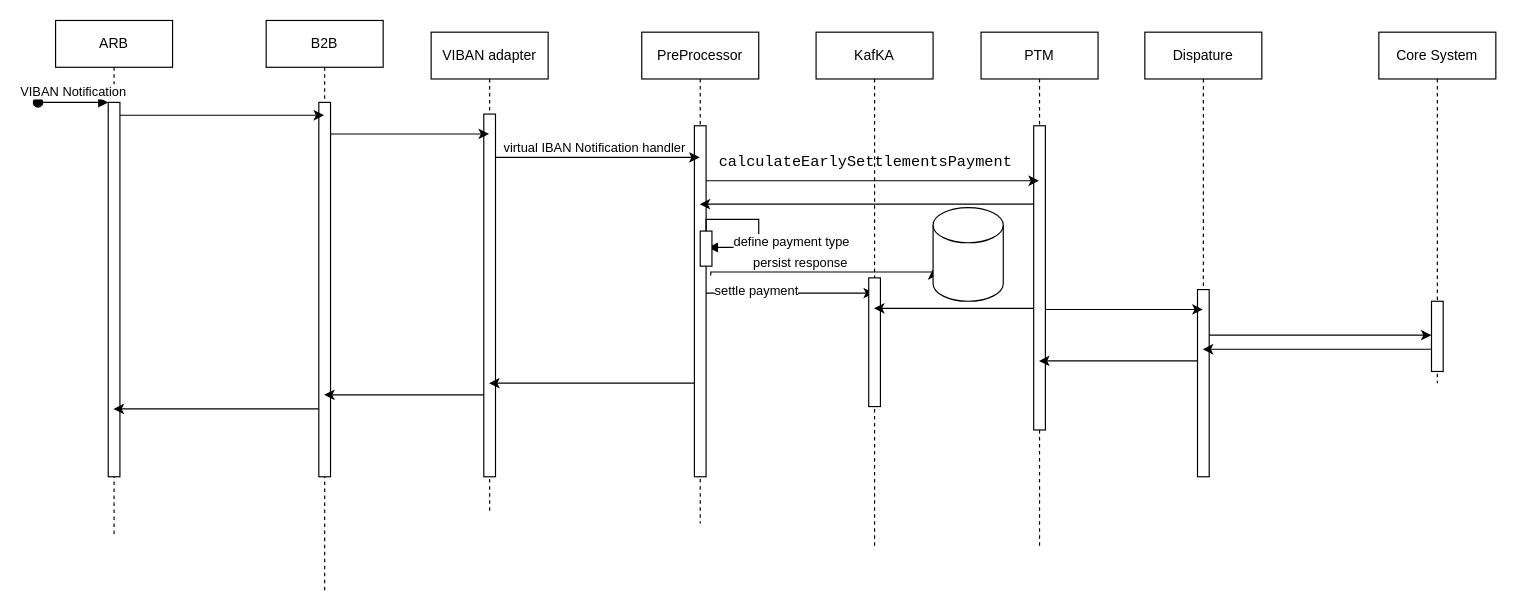
Before: page "Page-1" (1 of 2) of VIBAN.drawio in MHosnii/DrawIo, a draw.io diagram. Source tidied: cells renumbered, new cells numbered last; positions are measured from the earlier drawing's top-left corner, leaving out a move shared by most shapes. Both pictures are drawn from the tidied source at 117%, with x=0, y=0 at pixel (37, 20).
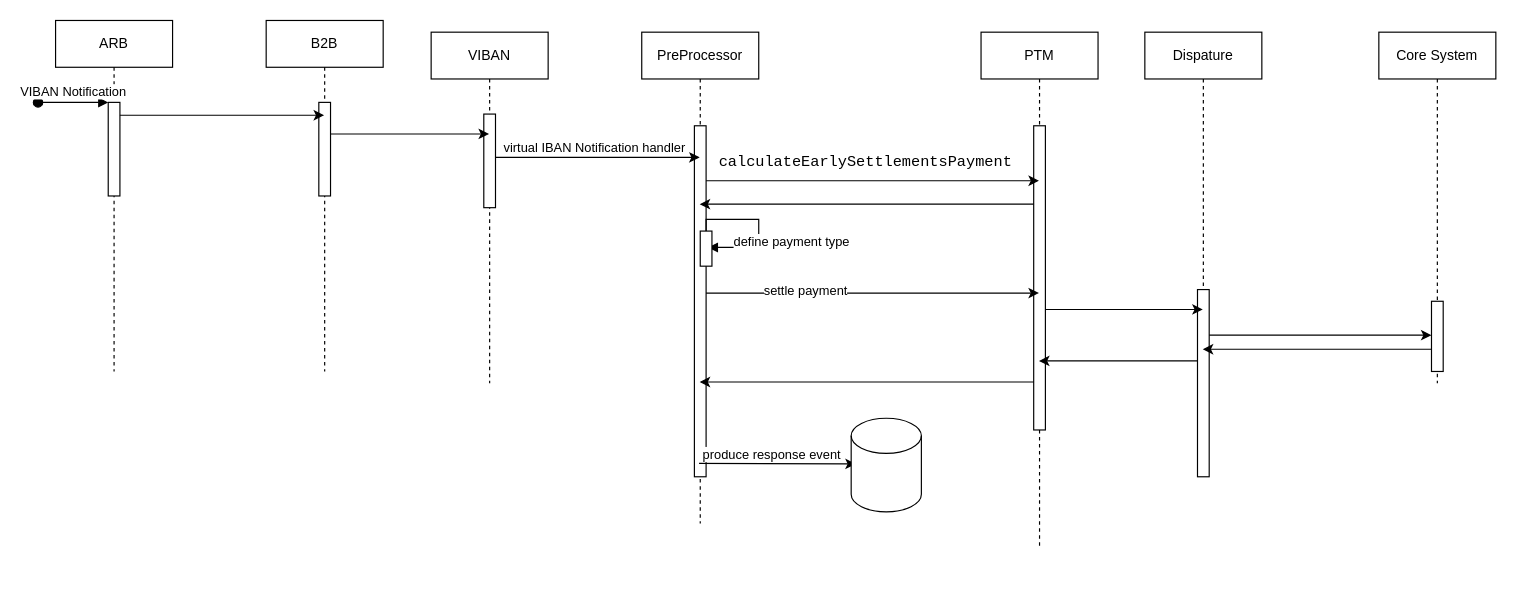
Above is the later version.

The edit, as a diff of the source:
```diff
@@
-    <mxCell id="2" value="VIBAN adapter" style="shape=umlLifeline;perimeter=lifelinePerimeter;whiteSpace=wrap;html=1;newEdgeStyle={&quot;edgeStyle&quot;:&quot;elbowEdgeStyle&quot;,&quot;elbow&quot;:&quot;vertical&quot;,&quot;curved&quot;:0,&quot;rounded&quot;:0};" parent="1" vertex="1">
-      <mxGeometry x="336" y="10" width="100" height="410" as="geometry" />
+    <mxCell id="2" value="VIBAN" style="shape=umlLifeline;perimeter=lifelinePerimeter;whiteSpace=wrap;html=1;newEdgeStyle={&quot;edgeStyle&quot;:&quot;elbowEdgeStyle&quot;,&quot;elbow&quot;:&quot;vertical&quot;,&quot;curved&quot;:0,&quot;rounded&quot;:0};" parent="1" vertex="1">
+      <mxGeometry x="336" y="10" width="100" height="300" as="geometry" />
     </mxCell>
     <mxCell id="3" style="html=1;perimeter=orthogonalPerimeter;targetShapes=umlLifeline;newEdgeStyle={&quot;edgeStyle&quot;:&quot;elbowEdgeStyle&quot;,&quot;elbow&quot;:&quot;vertical&quot;,&quot;curved&quot;:0,&quot;rounded&quot;:0};" parent="2" vertex="1">
-      <mxGeometry x="45" y="70" width="10" height="310" as="geometry" />
+      <mxGeometry x="45" y="70" width="10" height="80" as="geometry" />
     </mxCell>
@@
-    <mxCell id="19" style="edgeStyle=elbowEdgeStyle;rounded=0;jettySize=auto;html=1;elbow=vertical;curved=0;" parent="1" edge="1" target="38">
+    <mxCell id="19" style="edgeStyle=elbowEdgeStyle;rounded=0;orthogonalLoop=1;jettySize=auto;html=1;elbow=vertical;curved=0;" parent="1" edge="1">
       <mxGeometry relative="1" as="geometry">
         <mxPoint x="571" y="233" as="sourcePoint" />
+        <mxPoint x="855.5" y="233" as="targetPoint" />
       </mxGeometry>
     </mxCell>
@@
     <mxCell id="26" value="ARB" style="shape=umlLifeline;perimeter=lifelinePerimeter;whiteSpace=wrap;html=1;newEdgeStyle={&quot;edgeStyle&quot;:&quot;elbowEdgeStyle&quot;,&quot;elbow&quot;:&quot;vertical&quot;,&quot;curved&quot;:0,&quot;rounded&quot;:0};" parent="1" vertex="1">
-      <mxGeometry x="15" width="100" height="440" as="geometry" />
+      <mxGeometry x="15" width="100" height="300" as="geometry" />
     </mxCell>
     <mxCell id="27" style="html=1;points=[];perimeter=orthogonalPerimeter;outlineConnect=0;targetShapes=umlLifeline;portConstraint=eastwest;newEdgeStyle={&quot;edgeStyle&quot;:&quot;elbowEdgeStyle&quot;,&quot;elbow&quot;:&quot;vertical&quot;,&quot;curved&quot;:0,&quot;rounded&quot;:0};" parent="26" vertex="1">
-      <mxGeometry x="45" y="70" width="10" height="320" as="geometry" />
+      <mxGeometry x="45" y="70" width="10" height="80" as="geometry" />
     </mxCell>
@@
     <mxCell id="29" value="B2B" style="shape=umlLifeline;perimeter=lifelinePerimeter;whiteSpace=wrap;html=1;newEdgeStyle={&quot;edgeStyle&quot;:&quot;elbowEdgeStyle&quot;,&quot;elbow&quot;:&quot;vertical&quot;,&quot;curved&quot;:0,&quot;rounded&quot;:0};" parent="1" vertex="1">
-      <mxGeometry x="195" width="100" height="490" as="geometry" />
+      <mxGeometry x="195" width="100" height="300" as="geometry" />
     </mxCell>
     <mxCell id="30" style="html=1;perimeter=orthogonalPerimeter;targetShapes=umlLifeline;newEdgeStyle={&quot;edgeStyle&quot;:&quot;elbowEdgeStyle&quot;,&quot;elbow&quot;:&quot;vertical&quot;,&quot;curved&quot;:0,&quot;rounded&quot;:0};" parent="29" vertex="1">
-      <mxGeometry x="45" y="70" width="10" height="320" as="geometry" />
+      <mxGeometry x="45" y="70" width="10" height="80" as="geometry" />
     </mxCell>
@@
+    <mxCell id="43" style="edgeStyle=elbowEdgeStyle;rounded=0;orthogonalLoop=1;jettySize=auto;html=1;elbow=vertical;curved=0;" parent="1" edge="1">
+      <mxGeometry relative="1" as="geometry">
+        <mxPoint x="851" y="309" as="sourcePoint" />
+        <mxPoint x="565.5" y="309" as="targetPoint" />
+      </mxGeometry>
+    </mxCell>
-    <mxCell id="34" style="edgeStyle=elbowEdgeStyle;rounded=0;jettySize=auto;html=1;elbow=vertical;curved=0;entryX=0;entryY=0;entryDx=0;entryDy=52.5;entryPerimeter=0;" parent="1" edge="1" target="36">
+    <mxCell id="34" style="edgeStyle=elbowEdgeStyle;rounded=0;orthogonalLoop=1;jettySize=auto;html=1;elbow=vertical;curved=0;" parent="1" edge="1">
       <mxGeometry relative="1" as="geometry">
-        <mxPoint x="575" y="218" as="sourcePoint" />
+        <mxPoint x="565" y="378.5" as="sourcePoint" />
+        <mxPoint x="699" y="378.5" as="targetPoint" />
       </mxGeometry>
     </mxCell>
-    <mxCell id="35" value="persist response&amp;nbsp;" style="edgeLabel;html=1;align=center;verticalAlign=middle;" parent="34" vertex="1">
+    <mxCell id="35" value="produce response event" style="edgeLabel;html=1;align=center;verticalAlign=middle;" parent="34" vertex="1">
       <mxGeometry x="-0.4" y="3" relative="1" as="geometry">
         <mxPoint x="21" y="-6" as="offset" />
       </mxGeometry>
     </mxCell>
     <mxCell id="36" style="shape=cylinder3;whiteSpace=wrap;html=1;boundedLbl=1;backgroundOutline=1;size=15;" parent="1" vertex="1">
-      <mxGeometry x="765" y="160" width="60" height="80" as="geometry" />
+      <mxGeometry x="695" y="340" width="60" height="80" as="geometry" />
     </mxCell>
-    <mxCell id="37" style="edgeStyle=elbowEdgeStyle;rounded=0;orthogonalLoop=1;jettySize=auto;html=1;elbow=vertical;curved=0;" parent="1" edge="1">
-      <mxGeometry relative="1" as="geometry">
-        <mxPoint x="561" y="310" as="sourcePoint" />
-        <mxPoint x="385.5" y="310" as="targetPoint" />
-      </mxGeometry>
-    </mxCell>
-    <mxCell id="38" value="KafKA" style="shape=umlLifeline;perimeter=lifelinePerimeter;whiteSpace=wrap;html=1;outlineConnect=0;portConstraint=eastwest;newEdgeStyle={&quot;edgeStyle&quot;:&quot;elbowEdgeStyle&quot;,&quot;elbow&quot;:&quot;vertical&quot;,&quot;curved&quot;:0,&quot;rounded&quot;:0};" parent="1" vertex="1">
-      <mxGeometry x="665" y="10" width="100" height="440" as="geometry" />
-    </mxCell>
-    <mxCell id="39" style="html=1;perimeter=orthogonalPerimeter;targetShapes=umlLifeline;newEdgeStyle={&quot;edgeStyle&quot;:&quot;elbowEdgeStyle&quot;,&quot;elbow&quot;:&quot;vertical&quot;,&quot;curved&quot;:0,&quot;rounded&quot;:0};" parent="38" vertex="1">
-      <mxGeometry x="45" y="210" width="10" height="110" as="geometry" />
-    </mxCell>
-    <mxCell id="40" style="edgeStyle=elbowEdgeStyle;rounded=0;orthogonalLoop=1;jettySize=auto;html=1;elbow=vertical;curved=0;" parent="1" edge="1">
-      <mxGeometry relative="1" as="geometry">
-        <mxPoint x="851" y="246" as="sourcePoint" />
-        <mxPoint x="714.5" y="246" as="targetPoint" />
-      </mxGeometry>
-    </mxCell>
-    <mxCell id="41" style="edgeStyle=elbowEdgeStyle;rounded=0;orthogonalLoop=1;jettySize=auto;html=1;elbow=vertical;curved=0;" parent="1" edge="1">
-      <mxGeometry relative="1" as="geometry">
-        <mxPoint x="381" y="320" as="sourcePoint" />
-        <mxPoint x="244.5" y="320" as="targetPoint" />
-      </mxGeometry>
-    </mxCell>
-    <mxCell id="42" style="edgeStyle=elbowEdgeStyle;rounded=0;orthogonalLoop=1;jettySize=auto;html=1;elbow=vertical;curved=0;" parent="1" edge="1">
-      <mxGeometry relative="1" as="geometry">
-        <mxPoint x="240" y="332" as="sourcePoint" />
-        <mxPoint x="64.5" y="332" as="targetPoint" />
-      </mxGeometry>
-    </mxCell>
```
